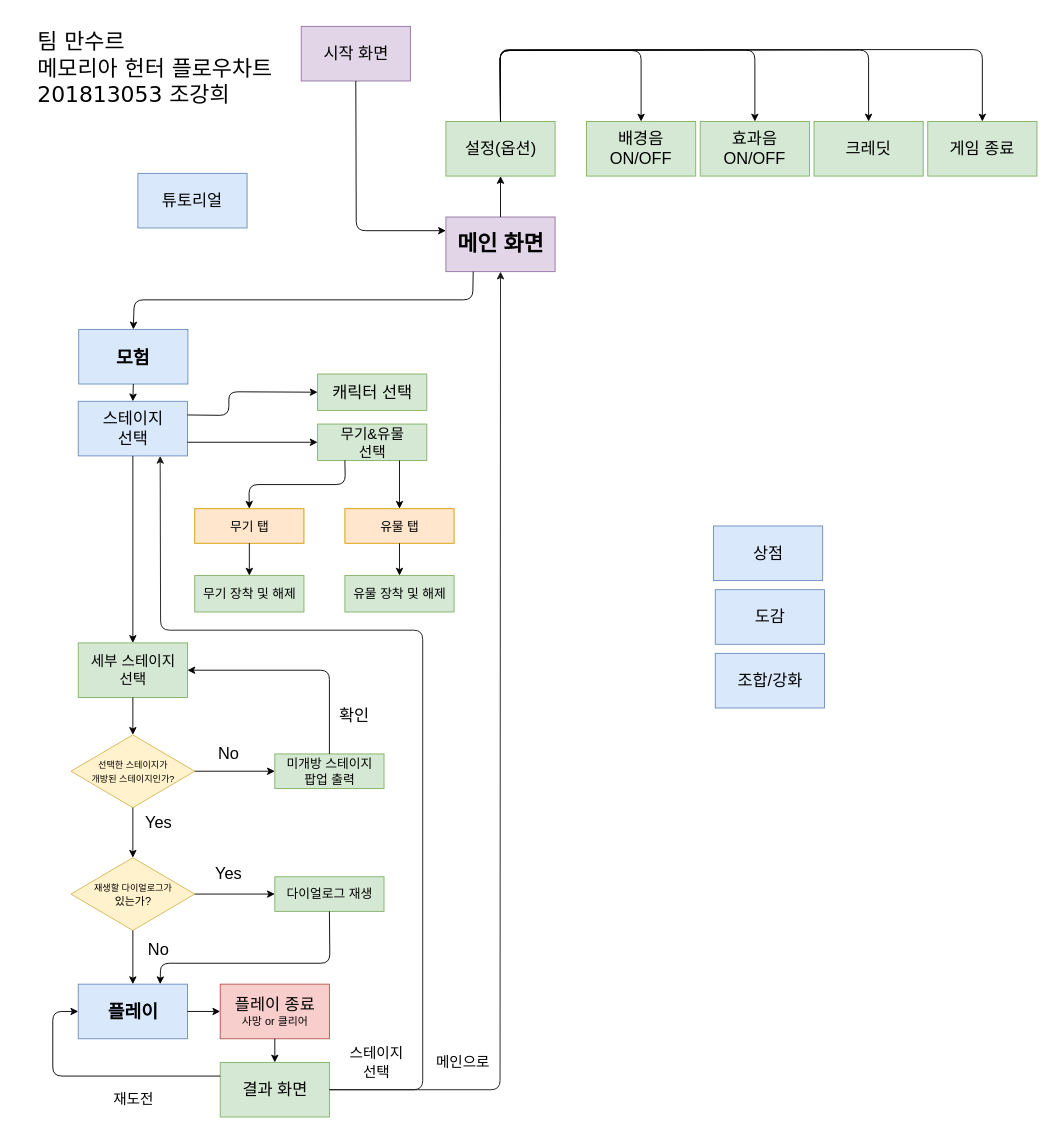
Before: Untitled Diagram.drawio in dinenki71/UI, a draw.io diagram. Source tidied: cells renumbered, new cells numbered last; positions are measured from the earlier drawing's top-left corner, leaving out a move shared by most shapes. Both pictures are drawn from the tidied source at 91%, with x=0, y=0 at pixel (15, 15).
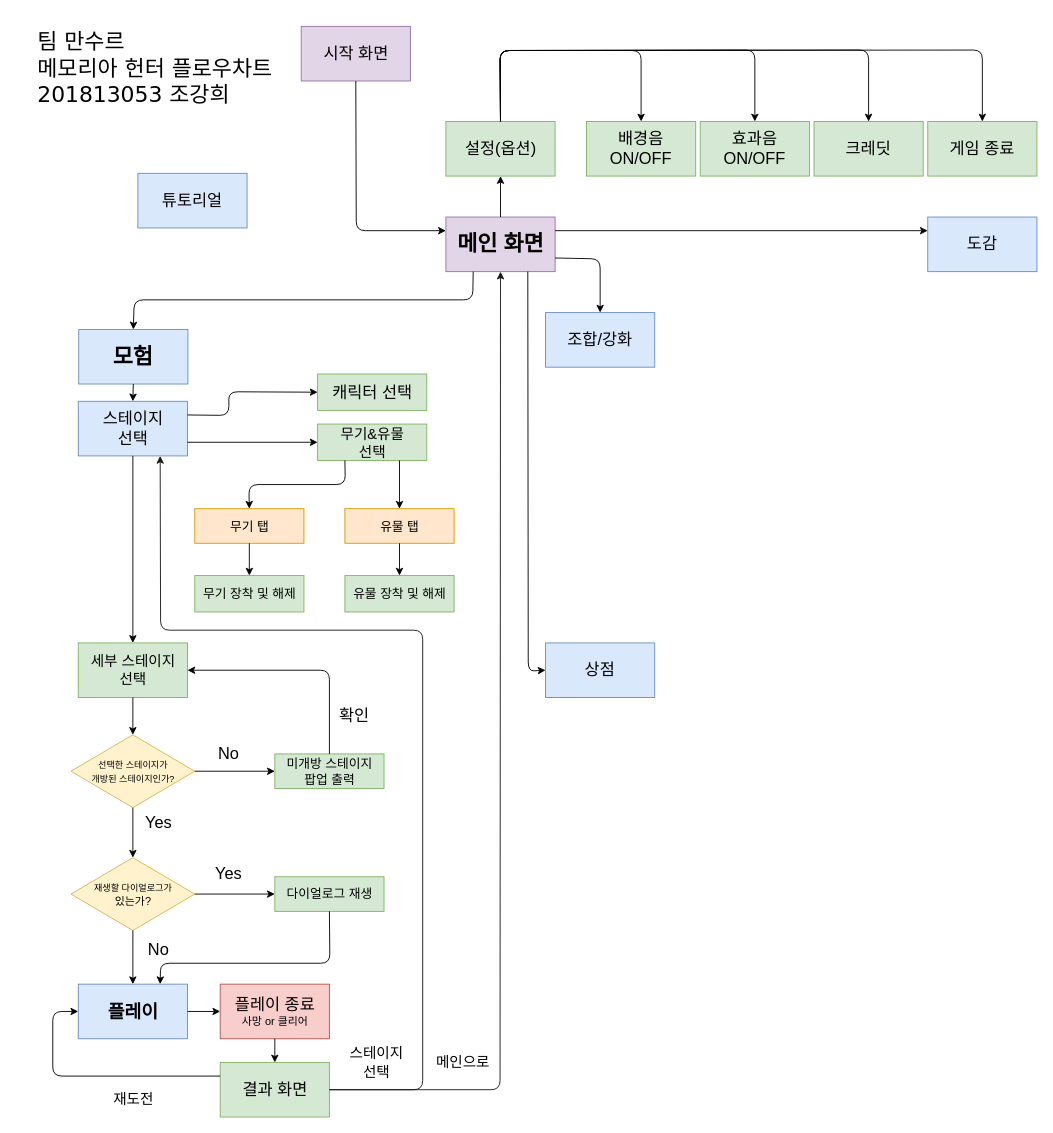
After the change.

The change refers to these unchanged cells:
```xml
<mxCell id="5" value="&lt;font style=&quot;font-size: 24px&quot;&gt;&lt;b&gt;메인 화면&lt;/b&gt;&lt;/font&gt;" style="rounded=0;whiteSpace=wrap;html=1;fillColor=#e1d5e7;strokeColor=#9673a6;" parent="1" vertex="1">
  <mxGeometry x="472.5" y="221" width="120" height="60" as="geometry" />
</mxCell>
<mxCell id="10" value="&lt;font style=&quot;font-size: 18px&quot;&gt;설정(옵션)&lt;/font&gt;" style="rounded=0;whiteSpace=wrap;html=1;fillColor=#d5e8d4;strokeColor=#82b366;" parent="1" vertex="1">
  <mxGeometry x="472.5" y="116" width="120" height="60" as="geometry" />
</mxCell>
<mxCell id="53" value="&lt;span style=&quot;font-size: 18px&quot;&gt;게임 종료&lt;/span&gt;" style="rounded=0;whiteSpace=wrap;html=1;fillColor=#d5e8d4;strokeColor=#82b366;" parent="1" vertex="1">
  <mxGeometry x="1002" y="116" width="120" height="60" as="geometry" />
</mxCell>
```

Diff of the diagram source:
```diff
@@
-    <mxCell id="2" value="&lt;font&gt;&lt;b&gt;&lt;font&gt;&lt;font&gt;&lt;font&gt;&lt;font style=&quot;font-size: 20px&quot;&gt;모험&lt;/font&gt;&lt;/font&gt;&lt;/font&gt;&lt;/font&gt;&lt;/b&gt;&lt;br&gt;&lt;/font&gt;" style="rounded=0;whiteSpace=wrap;html=1;fillColor=#dae8fc;strokeColor=#6c8ebf;" parent="1" vertex="1">
+    <mxCell id="2" value="&lt;font&gt;&lt;b&gt;&lt;font&gt;&lt;font&gt;&lt;font&gt;&lt;font&gt;&lt;font style=&quot;font-size: 24px&quot;&gt;모험&lt;/font&gt;&lt;/font&gt;&lt;/font&gt;&lt;/font&gt;&lt;/font&gt;&lt;/b&gt;&lt;br&gt;&lt;/font&gt;" style="rounded=0;whiteSpace=wrap;html=1;fillColor=#dae8fc;strokeColor=#6c8ebf;" parent="1" vertex="1">
       <mxGeometry x="69" y="344.5" width="120" height="60" as="geometry" />
     </mxCell>
@@
     <mxCell id="7" value="&lt;font style=&quot;font-size: 18px&quot;&gt;상점&lt;/font&gt;" style="rounded=0;whiteSpace=wrap;html=1;fillColor=#dae8fc;strokeColor=#6c8ebf;" parent="1" vertex="1">
-      <mxGeometry x="766.5" y="560.5" width="120" height="60" as="geometry" />
+      <mxGeometry x="582" y="689" width="120" height="60" as="geometry" />
     </mxCell>
     <mxCell id="8" value="&lt;font style=&quot;font-size: 18px&quot;&gt;도감&lt;/font&gt;" style="rounded=0;whiteSpace=wrap;html=1;fillColor=#dae8fc;strokeColor=#6c8ebf;" parent="1" vertex="1">
-      <mxGeometry x="768.5" y="630.5" width="120" height="60" as="geometry" />
+      <mxGeometry x="1002" y="221" width="120" height="60" as="geometry" />
     </mxCell>
     <mxCell id="9" value="&lt;font style=&quot;font-size: 18px&quot;&gt;조합/강화&lt;/font&gt;" style="rounded=0;whiteSpace=wrap;html=1;fillColor=#dae8fc;strokeColor=#6c8ebf;" parent="1" vertex="1">
-      <mxGeometry x="768.5" y="700.5" width="120" height="60" as="geometry" />
+      <mxGeometry x="582" y="326" width="120" height="60" as="geometry" />
     </mxCell>
@@
-    <mxCell id="57" style="endArrow=classic;html=1;strokeColor=#000000;exitX=0.5;exitY=0;exitDx=0;exitDy=0;entryX=0.5;entryY=0;entryDx=0;entryDy=0;" parent="1" edge="1" source="10" target="53">
-      <mxGeometry relative="1" as="geometry">
-        <Array as="points">
-          <mxPoint x="532" y="37" />
-          <mxPoint x="1062" y="37" />
-        </Array>
-      </mxGeometry>
-    </mxCell>
@@
+    <mxCell id="65" style="endArrow=classic;html=1;strokeColor=#000000;exitX=0.5;exitY=0;exitDx=0;exitDy=0;" parent="1" edge="1" source="10">
+      <mxGeometry relative="1" as="geometry">
+        <mxPoint x="1062" y="116" as="targetPoint" />
+        <Array as="points">
+          <mxPoint x="532" y="38" />
+          <mxPoint x="1062" y="37.5" />
+        </Array>
+      </mxGeometry>
+    </mxCell>
+    <mxCell id="66" style="endArrow=classic;html=1;strokeColor=#000000;exitX=1;exitY=0.25;exitDx=0;exitDy=0;entryX=0;entryY=0.25;entryDx=0;entryDy=0;" parent="1" edge="1" source="5" target="8">
+      <mxGeometry relative="1" as="geometry" />
+    </mxCell>
+    <mxCell id="67" style="endArrow=classic;html=1;strokeColor=#000000;exitX=1;exitY=0.75;exitDx=0;exitDy=0;entryX=0.5;entryY=0;entryDx=0;entryDy=0;" parent="1" edge="1" source="5" target="9">
+      <mxGeometry relative="1" as="geometry">
+        <Array as="points">
+          <mxPoint x="642" y="267" />
+        </Array>
+      </mxGeometry>
+    </mxCell>
+    <mxCell id="68" style="endArrow=classic;html=1;strokeColor=#000000;exitX=0.75;exitY=1;exitDx=0;exitDy=0;entryX=0;entryY=0.5;entryDx=0;entryDy=0;" parent="1" edge="1" source="5" target="7">
+      <mxGeometry relative="1" as="geometry">
+        <Array as="points">
+          <mxPoint x="563" y="720" />
+        </Array>
+      </mxGeometry>
+    </mxCell>
```
